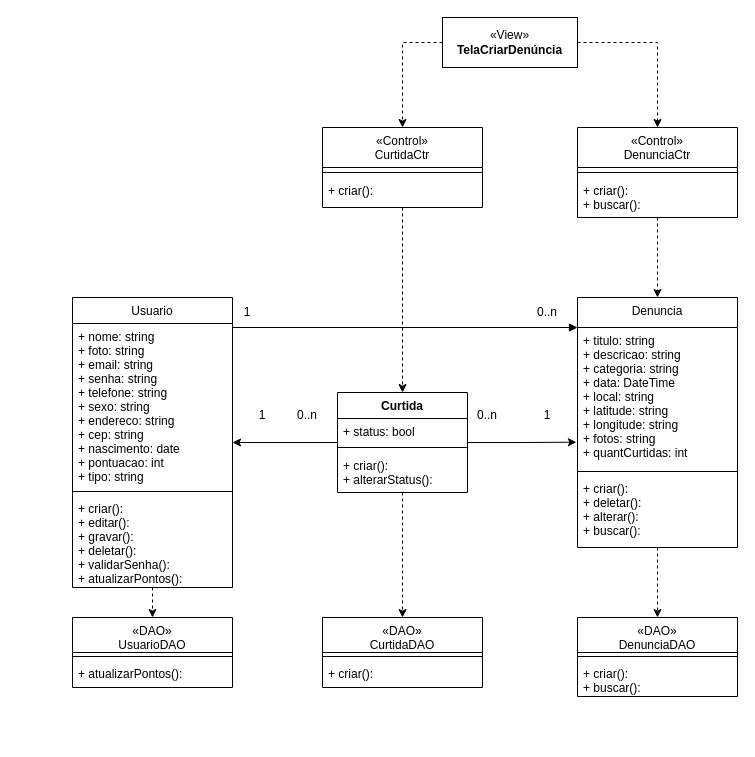
Earlier version of the draw.io diagram Documentação/Diagramas/Diagramas de Casos de Uso/Diagrama de Caso de Uso Criar Denuncia.drawio (frsouzaa/Documentacao-TCC-NossaVia). Source tidied: cells renumbered, new cells numbered last; positions are measured from the earlier drawing's top-left corner, leaving out a move shared by most shapes. Both pictures are drawn from the tidied source at 100%, with x=0, y=0 at pixel (72, 17).
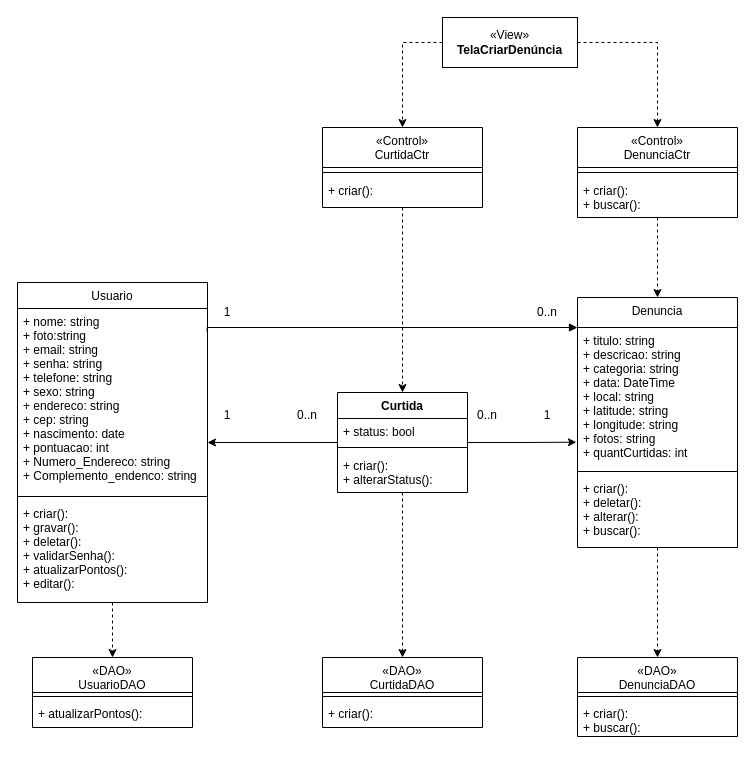
The same page after the edit.

Unchanged cells that the change refers to:
```xml
<mxCell id="2" value="Denuncia" style="swimlane;fontStyle=0;align=center;verticalAlign=top;horizontal=1;startSize=30;rounded=0;shadow=0;strokeWidth=1;" parent="1" vertex="1">
  <mxGeometry x="505" y="280" width="160" height="250" as="geometry" />
</mxCell>
```

The edit, as a diff of the source:
```diff
@@
     <mxCell id="7" value="Usuario" style="swimlane;fontStyle=0;align=center;verticalAlign=top;horizontal=1;startSize=26;rounded=0;shadow=0;strokeWidth=1;" parent="1" vertex="1">
-      <mxGeometry y="280" width="160" height="290" as="geometry" />
+      <mxGeometry x="-55" y="265" width="190" height="320" as="geometry" />
     </mxCell>
-    <mxCell id="8" value="+ nome: string&#10;+ foto: string&#10;+ email: string&#10;+ senha: string&#10;+ telefone: string&#10;+ sexo: string&#10;+ endereco: string&#10;+ cep: string&#10;+ nascimento: date&#10;+ pontuacao: int&#10;+ tipo: string " style="text;align=left;verticalAlign=top;spacingLeft=4;spacingRight=4;overflow=hidden;points=[[0,0.5],[1,0.5]];portConstraint=eastwest;" parent="7" vertex="1">
-      <mxGeometry y="26" width="160" height="164" as="geometry" />
+    <mxCell id="8" value="+ nome: string&#10;+ foto:string&#10;+ email: string&#10;+ senha: string&#10;+ telefone: string&#10;+ sexo: string&#10;+ endereco: string&#10;+ cep: string&#10;+ nascimento: date&#10;+ pontuacao: int&#10;+ Numero_Endereco: string &#10;+ Complemento_endenco: string" style="text;align=left;verticalAlign=top;spacingLeft=4;spacingRight=4;overflow=hidden;points=[[0,0.5],[1,0.5]];portConstraint=eastwest;" parent="7" vertex="1">
+      <mxGeometry y="26" width="190" height="184" as="geometry" />
     </mxCell>
     <mxCell id="9" style="line;html=1;strokeWidth=1;align=left;verticalAlign=middle;spacingTop=-1;spacingLeft=3;spacingRight=3;labelPosition=right;" parent="7" vertex="1">
-      <mxGeometry y="190" width="160" height="8" as="geometry" />
+      <mxGeometry y="210" width="190" height="8" as="geometry" />
     </mxCell>
-    <mxCell id="10" value="+ criar():&#10;+ editar(): &#10;+ gravar():&#10;+ deletar(): &#10;+ validarSenha():&#10;+ atualizarPontos():" style="text;align=left;verticalAlign=top;spacingLeft=4;spacingRight=4;overflow=hidden;" parent="7" vertex="1">
-      <mxGeometry y="198" width="160" height="92" as="geometry" />
+    <mxCell id="10" value="+ criar(): &#10;+ gravar():&#10;+ deletar(): &#10;+ validarSenha():&#10;+ atualizarPontos():&#10;+ editar():" style="text;align=left;verticalAlign=top;spacingLeft=4;spacingRight=4;overflow=hidden;" parent="7" vertex="1">
+      <mxGeometry y="218" width="190" height="92" as="geometry" />
     </mxCell>
     <mxCell id="11" value="«DAO»&#10;UsuarioDAO&#10;" style="swimlane;fontStyle=0;align=center;verticalAlign=top;horizontal=1;startSize=35;rounded=0;shadow=0;strokeWidth=1;" parent="1" vertex="1">
-      <mxGeometry y="600" width="160" height="70" as="geometry" />
+      <mxGeometry x="-40" y="640" width="160" height="70" as="geometry" />
     </mxCell>
@@
     <mxCell id="22" value="1" style="text;html=1;align=center;verticalAlign=middle;whiteSpace=wrap;rounded=0;" parent="1" vertex="1">
-      <mxGeometry x="145" y="280" width="60" height="30" as="geometry" />
+      <mxGeometry x="125" y="280" width="60" height="30" as="geometry" />
     </mxCell>
@@
-    <mxCell id="24" style="endArrow=block;endFill=1;html=1;edgeStyle=orthogonalEdgeStyle;align=left;verticalAlign=top;rounded=0;" parent="1" edge="1" target="2">
+    <mxCell id="24" style="endArrow=block;endFill=1;html=1;edgeStyle=orthogonalEdgeStyle;align=left;verticalAlign=top;rounded=0;exitX=0.998;exitY=0.125;exitDx=0;exitDy=0;exitPerimeter=0;" parent="1" edge="1" source="8" target="2">
       <mxGeometry x="-1" relative="1" as="geometry">
-        <mxPoint x="160" y="321" as="sourcePoint" />
         <Array as="points">
-          <mxPoint x="160" y="310" />
+          <mxPoint x="135" y="310" />
         </Array>
       </mxGeometry>
     </mxCell>
     <mxCell id="25" value="«DAO»&#10;DenunciaDAO&#10;" style="swimlane;fontStyle=0;align=center;verticalAlign=top;horizontal=1;startSize=35;rounded=0;shadow=0;strokeWidth=1;" parent="1" vertex="1">
-      <mxGeometry x="505" y="600" width="160" height="79" as="geometry" />
+      <mxGeometry x="505" y="640" width="160" height="79" as="geometry" />
     </mxCell>
@@
     <mxCell id="39" value="«DAO»&#10;CurtidaDAO&#10;" style="swimlane;fontStyle=0;align=center;verticalAlign=top;horizontal=1;startSize=35;rounded=0;shadow=0;strokeWidth=1;" parent="1" vertex="1">
-      <mxGeometry x="250" y="600" width="160" height="70" as="geometry" />
+      <mxGeometry x="250" y="640" width="160" height="70" as="geometry" />
     </mxCell>
@@
     <mxCell id="43" value="1" style="text;html=1;align=center;verticalAlign=middle;whiteSpace=wrap;rounded=0;" parent="1" vertex="1">
-      <mxGeometry x="160" y="383" width="60" height="30" as="geometry" />
+      <mxGeometry x="125" y="383" width="60" height="30" as="geometry" />
     </mxCell>
```
